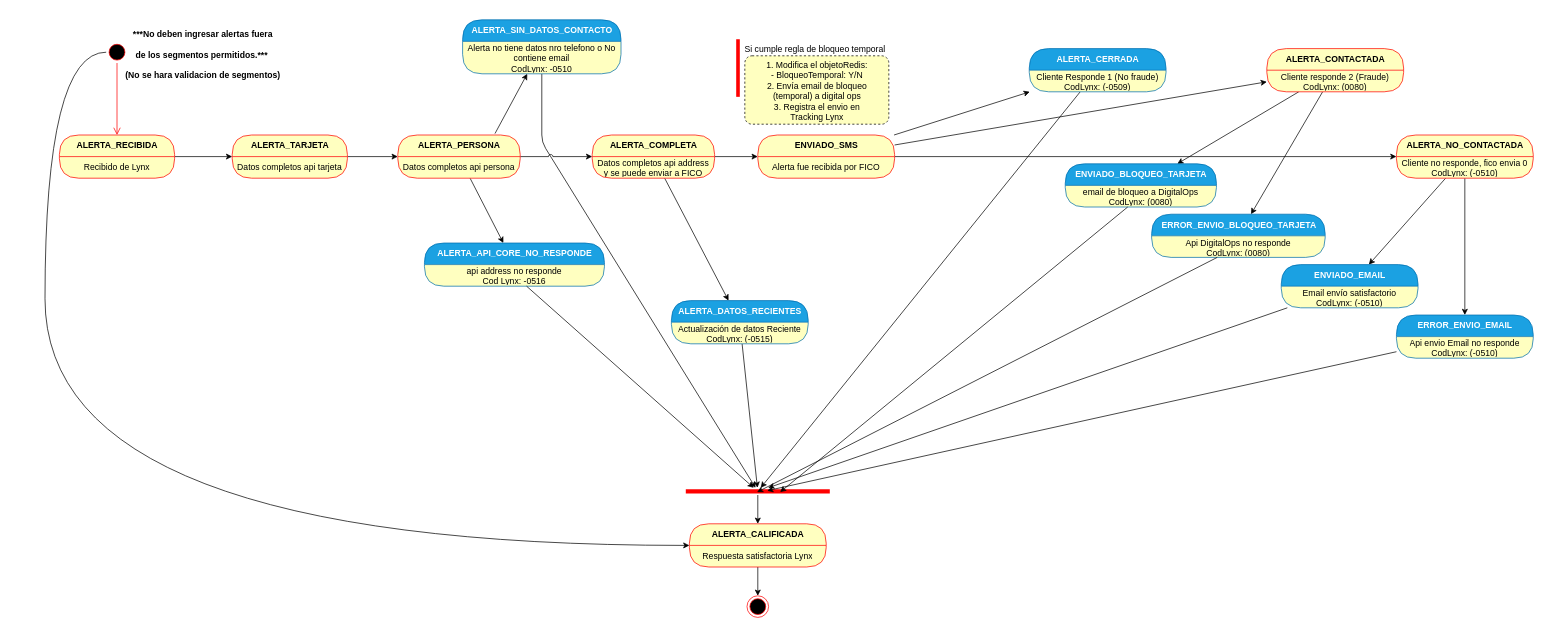
Earlier version of the draw.io diagram EstadosLynx.drawio (zolymo/diagrams). Source tidied: cells renumbered, new cells numbered last; positions are measured from the earlier drawing's top-left corner, leaving out a move shared by most shapes. Both pictures are drawn from the tidied source at 72%, with x=0, y=0 at pixel (45, 12).
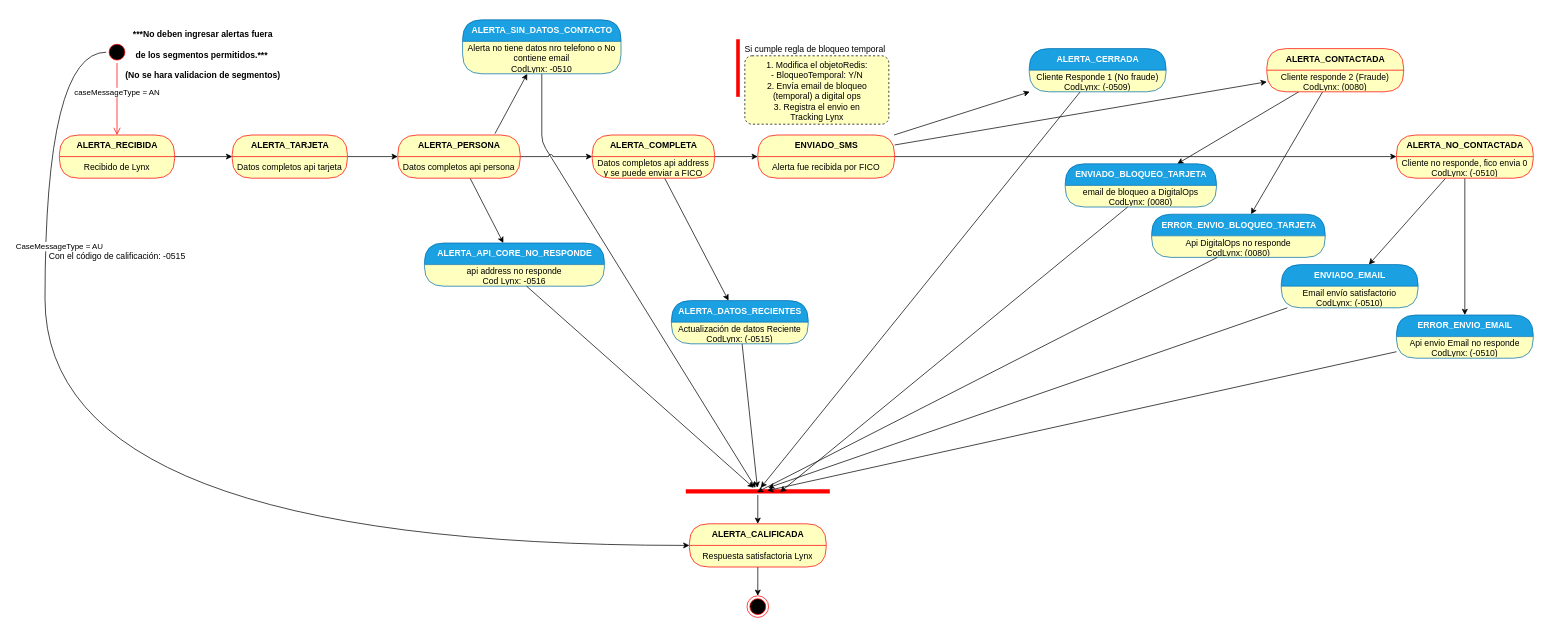
Above is the later version.

The change refers to these unchanged cells:
```xml
<mxCell id="5" value="ALERTA_RECIBIDA" style="swimlane;html=1;fontStyle=1;align=center;verticalAlign=middle;horizontal=1;startSize=30;fontColor=#000000;rounded=1;arcSize=30;strokeColor=#ff0000;fillColor=#ffffc0;swimlaneFillColor=#ffffc0;" parent="1" vertex="1">
  <mxGeometry x="20" y="170" width="160" height="60" as="geometry" />
</mxCell>
<mxCell id="51" style="edgeStyle=orthogonalEdgeStyle;rounded=0;jettySize=auto;html=1;curved=1;" parent="1" edge="1" source="52" target="45">
  <mxGeometry relative="1" as="geometry">
    <Array as="points">
      <mxPoint y="55" />
      <mxPoint y="740" />
    </Array>
  </mxGeometry>
</mxCell>
<mxCell id="52" style="ellipse;html=1;shape=startState;fillColor=#000000;strokeColor=#ff0000;" parent="1" vertex="1">
  <mxGeometry x="85" y="40" width="30" height="30" as="geometry" />
</mxCell>
```

Diff of the diagram source:
```diff
@@
+    <mxCell id="68" value="CaseMessageType = AU" style="edgeLabel;html=1;align=center;verticalAlign=middle;" parent="51" vertex="1">
+      <mxGeometry x="-0.57" y="2" relative="1" as="geometry">
+        <mxPoint x="17.9" y="-3.8" as="offset" />
+      </mxGeometry>
+    </mxCell>
@@
-    <mxCell id="53" style="edgeStyle=orthogonalEdgeStyle;html=1;verticalAlign=bottom;endArrow=open;endSize=8;strokeColor=#ff0000;" parent="1" edge="1" source="52" target="5">
+    <mxCell id="53" value="caseMessageType = AN" style="edgeStyle=orthogonalEdgeStyle;html=1;verticalAlign=bottom;endArrow=open;endSize=8;strokeColor=#ff0000;" parent="1" edge="1" source="52" target="5">
       <mxGeometry relative="1" as="geometry" />
     </mxCell>
@@
+    <mxCell id="69" value="&lt;font style=&quot;font-size: 12px&quot;&gt;&lt;span style=&quot;font-weight: normal&quot;&gt;Con el código de calificación: -0515&lt;/span&gt;&lt;br&gt;&lt;/font&gt;" style="text;strokeColor=none;fillColor=none;html=1;fontSize=24;fontStyle=1;verticalAlign=middle;align=center;" parent="1" vertex="1">
+      <mxGeometry x="-45" y="320" width="290" height="30" as="geometry" />
+    </mxCell>
```
